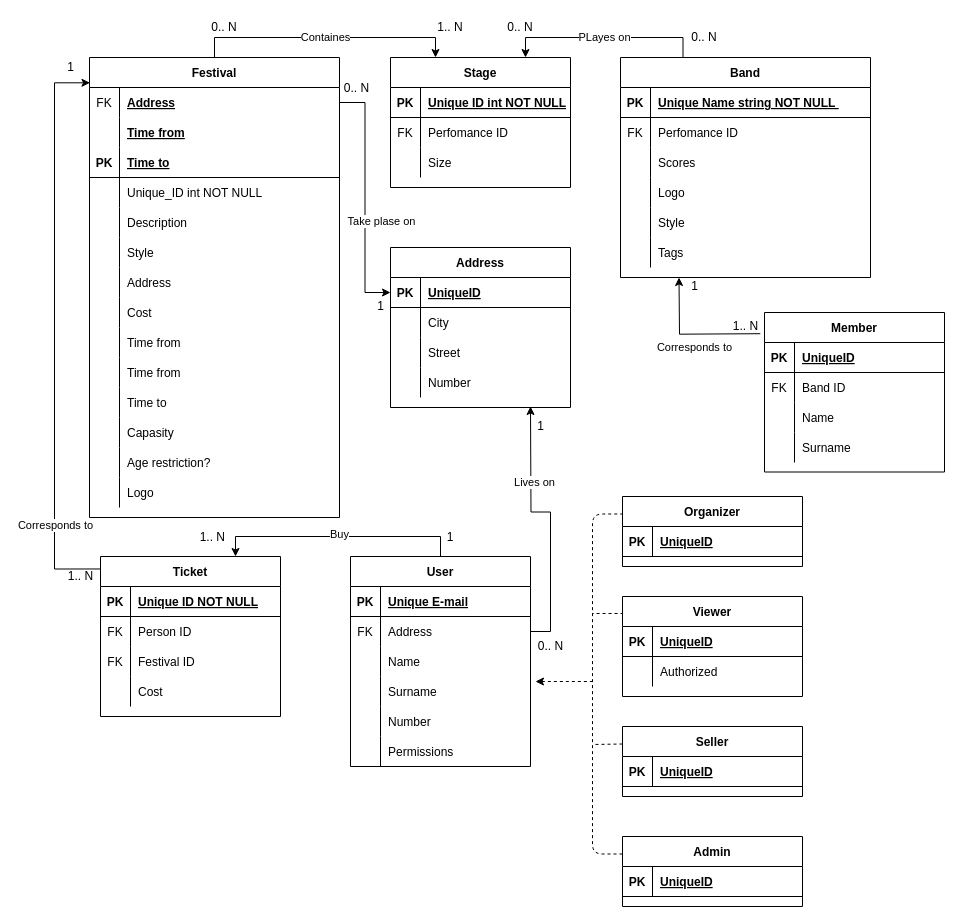
The draw.io diagram docs/diagrams/festival-is-ER.drawio in x00Pavel/festival-IS, before the edit. Source tidied: cells renumbered, new cells numbered last; positions are measured from the earlier drawing's top-left corner, leaving out a move shared by most shapes. Both pictures are drawn from the tidied source at 100%, with x=0, y=0 at pixel (54, 17).
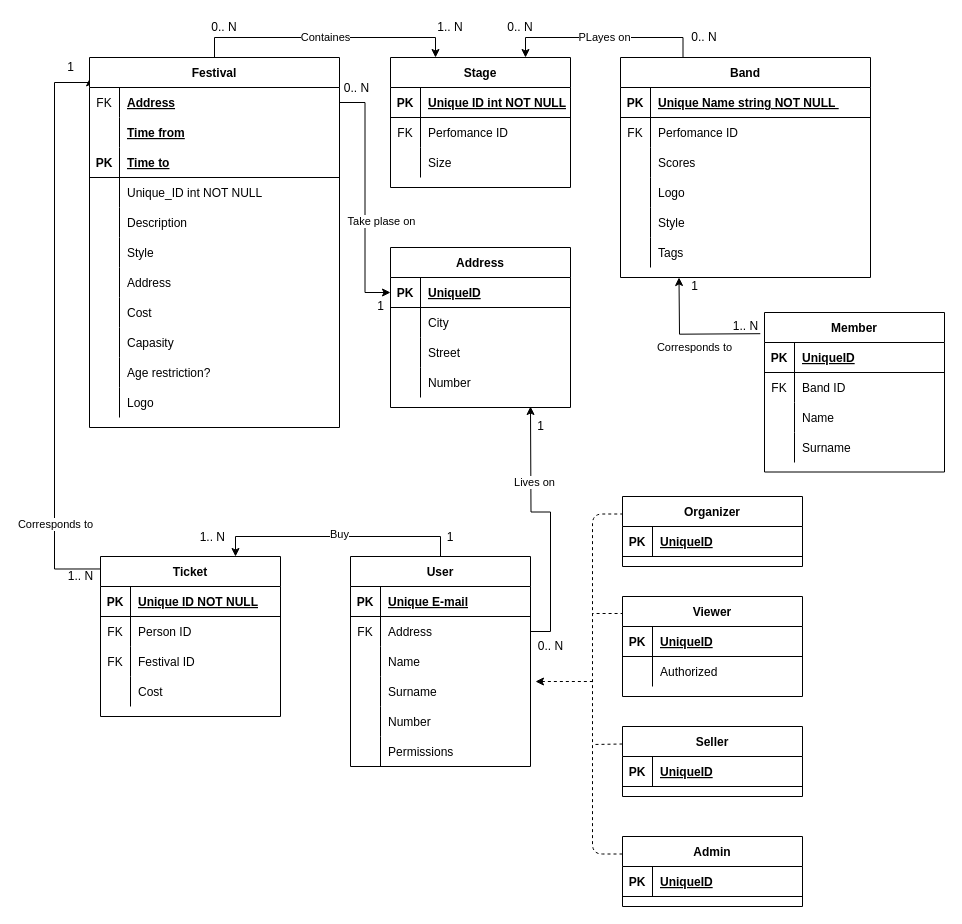
The same page after the edit.

Diff of the diagram source:
```diff
@@
     <mxCell id="49" value="Festival" style="shape=table;startSize=30;childLayout=tableLayout;rowLines=0;fontStyle=1;align=center;" parent="1" vertex="1">
-      <mxGeometry x="35" y="40" width="250" height="460" as="geometry" />
+      <mxGeometry x="35" y="40" width="250" height="370" as="geometry" />
     </mxCell>
@@
-    <mxCell id="74" style="shape=partialRectangle;fillColor=none;top=0;left=0;bottom=0;right=0;" parent="49" vertex="1">
-      <mxGeometry y="270" width="250" height="30" as="geometry" />
-    </mxCell>
-    <mxCell id="75" style="shape=partialRectangle;fillColor=none;top=0;left=0;bottom=0;right=0;overflow=hidden;" parent="74" vertex="1">
-      <mxGeometry width="30" height="30" as="geometry" />
-    </mxCell>
-    <mxCell id="76" value="Time from" style="shape=partialRectangle;fillColor=none;top=0;left=0;bottom=0;right=0;align=left;spacingLeft=6;overflow=hidden;" parent="74" vertex="1">
-      <mxGeometry x="30" width="220" height="30" as="geometry" />
-    </mxCell>
-    <mxCell id="77" style="shape=partialRectangle;fillColor=none;top=0;left=0;bottom=0;right=0;" parent="49" vertex="1">
-      <mxGeometry y="300" width="250" height="30" as="geometry" />
-    </mxCell>
-    <mxCell id="78" style="shape=partialRectangle;fillColor=none;top=0;left=0;bottom=0;right=0;overflow=hidden;" parent="77" vertex="1">
-      <mxGeometry width="30" height="30" as="geometry" />
-    </mxCell>
-    <mxCell id="79" value="Time from" style="shape=partialRectangle;fillColor=none;top=0;left=0;bottom=0;right=0;align=left;spacingLeft=6;overflow=hidden;" parent="77" vertex="1">
-      <mxGeometry x="30" width="220" height="30" as="geometry" />
-    </mxCell>
-    <mxCell id="80" style="shape=partialRectangle;fillColor=none;top=0;left=0;bottom=0;right=0;" parent="49" vertex="1">
-      <mxGeometry y="330" width="250" height="30" as="geometry" />
-    </mxCell>
-    <mxCell id="81" style="shape=partialRectangle;fillColor=none;top=0;left=0;bottom=0;right=0;overflow=hidden;" parent="80" vertex="1">
-      <mxGeometry width="30" height="30" as="geometry" />
-    </mxCell>
-    <mxCell id="82" value="Time to" style="shape=partialRectangle;fillColor=none;top=0;left=0;bottom=0;right=0;align=left;spacingLeft=6;overflow=hidden;" parent="80" vertex="1">
-      <mxGeometry x="30" width="220" height="30" as="geometry" />
-    </mxCell>
     <mxCell id="83" style="shape=partialRectangle;fillColor=none;top=0;left=0;bottom=0;right=0;" parent="49" vertex="1">
-      <mxGeometry y="360" width="250" height="30" as="geometry" />
+      <mxGeometry y="270" width="250" height="30" as="geometry" />
     </mxCell>
@@
     <mxCell id="86" style="shape=partialRectangle;fillColor=none;top=0;left=0;bottom=0;right=0;" parent="49" vertex="1">
-      <mxGeometry y="390" width="250" height="30" as="geometry" />
+      <mxGeometry y="300" width="250" height="30" as="geometry" />
     </mxCell>
@@
     <mxCell id="89" style="shape=partialRectangle;fillColor=none;top=0;left=0;bottom=0;right=0;" parent="49" vertex="1">
-      <mxGeometry y="420" width="250" height="30" as="geometry" />
+      <mxGeometry y="330" width="250" height="30" as="geometry" />
     </mxCell>
```
